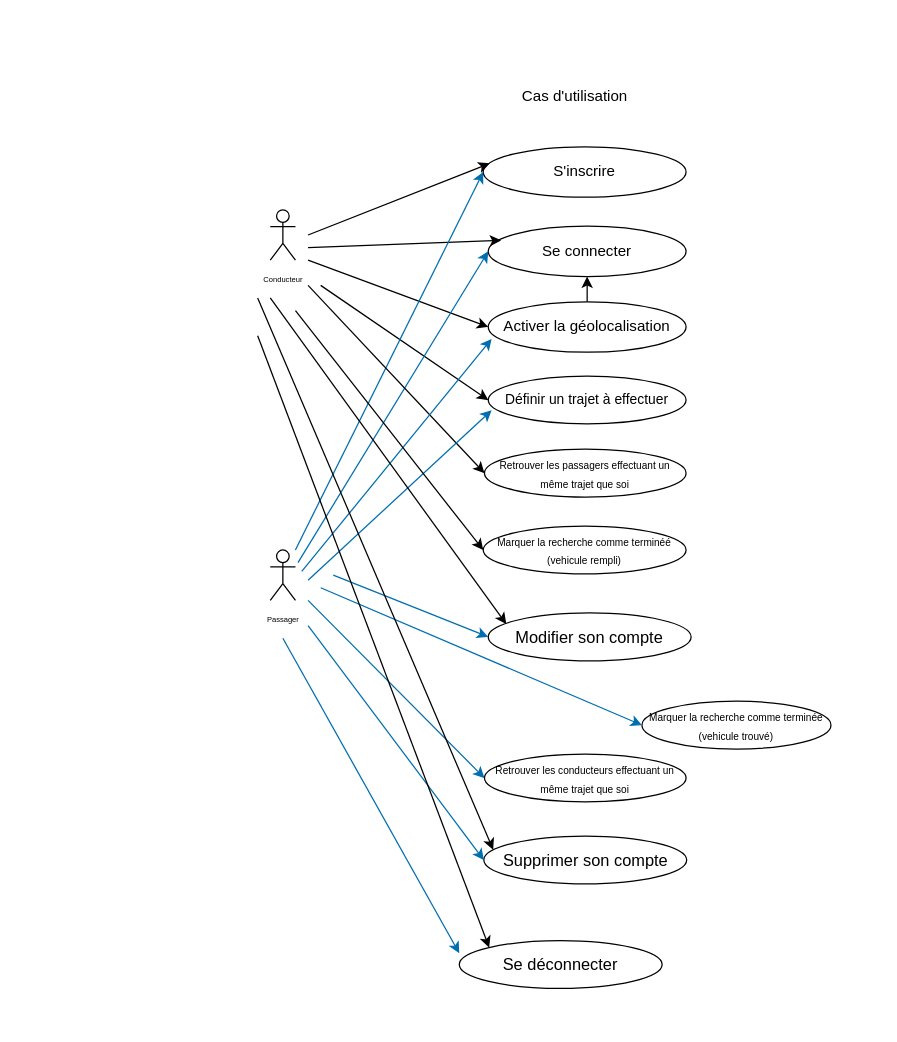
Earlier version of the draw.io diagram TP_UML/tp.drawio.drawio (MCDev30/UML). Source tidied: cells renumbered, new cells numbered last; positions are measured from the earlier drawing's top-left corner, leaving out a move shared by most shapes. Both pictures are drawn from the tidied source at 126%, with x=0, y=0 at pixel (257, 83).
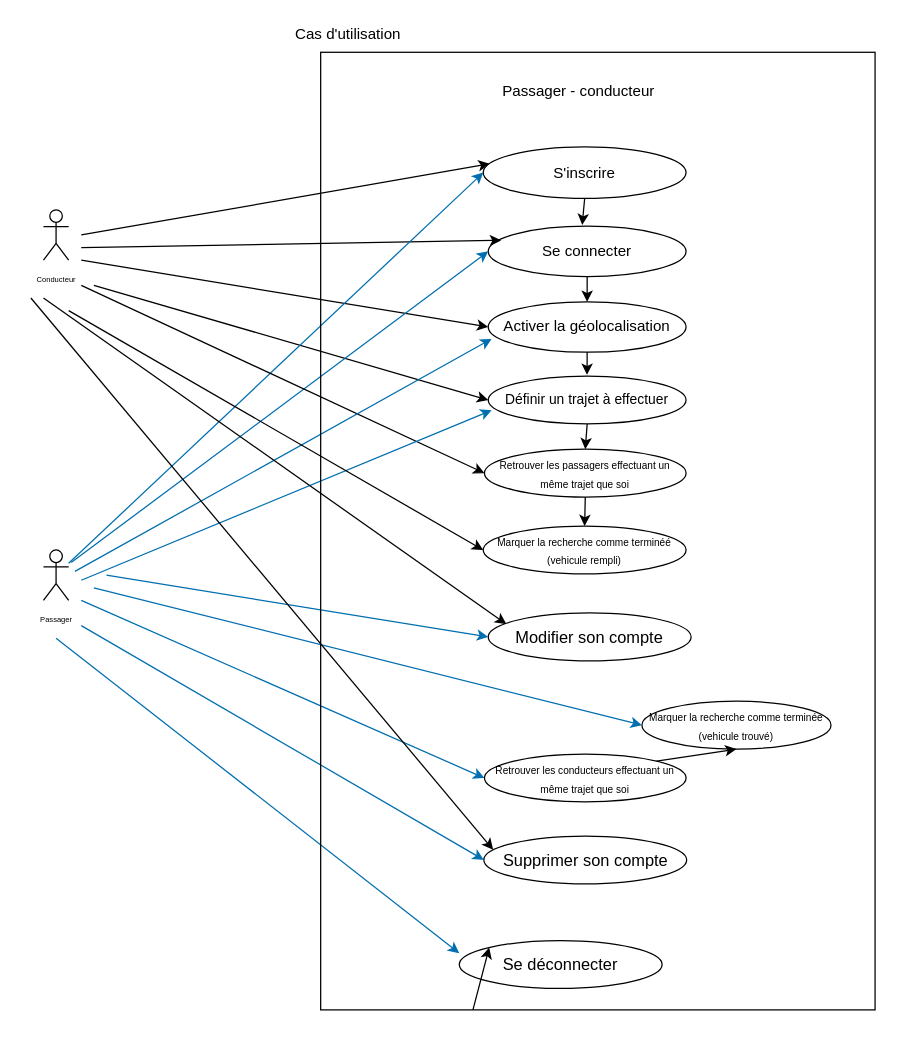
The same diagram, later.

Unchanged cells that the change refers to:
```xml
<mxCell id="5" value="Se connecter" style="ellipse;whiteSpace=wrap;html=1;fillColor=none;" parent="1" vertex="1">
  <mxGeometry x="183" y="113" width="157" height="40" as="geometry" />
</mxCell>
<mxCell id="6" value="&lt;font style=&quot;font-size: 11px;&quot;&gt;Définir un trajet à effectuer&lt;/font&gt;" style="ellipse;whiteSpace=wrap;html=1;fillColor=none;" parent="1" vertex="1">
  <mxGeometry x="183" y="232" width="157" height="38" as="geometry" />
</mxCell>
<mxCell id="8" value="Activer la géolocalisation" style="ellipse;whiteSpace=wrap;html=1;fillColor=none;" parent="1" vertex="1">
  <mxGeometry x="183" y="173" width="157" height="40" as="geometry" />
</mxCell>
<mxCell id="16" value="&lt;font style=&quot;font-size: 8px;&quot;&gt;Retrouver les passagers effectuant un même trajet que soi&lt;/font&gt;" style="ellipse;whiteSpace=wrap;html=1;fillColor=none;" parent="1" vertex="1">
  <mxGeometry x="180" y="290" width="160" height="38" as="geometry" />
</mxCell>
<mxCell id="20" value="&lt;font style=&quot;font-size: 8px;&quot;&gt;Retrouver les conducteurs effectuant un même trajet que soi&lt;/font&gt;" style="ellipse;whiteSpace=wrap;html=1;fillColor=none;" parent="1" vertex="1">
  <mxGeometry x="180" y="532" width="160" height="38" as="geometry" />
</mxCell>
<mxCell id="22" value="&lt;font style=&quot;font-size: 8px;&quot;&gt;Marquer la recherche comme terminéé (vehicule rempli)&lt;/font&gt;" style="ellipse;whiteSpace=wrap;html=1;fillColor=none;" parent="1" vertex="1">
  <mxGeometry x="179" y="351" width="161" height="38" as="geometry" />
</mxCell>
<mxCell id="24" value="&lt;font style=&quot;font-size: 8px;&quot;&gt;Marquer la recherche comme terminée (vehicule trouvé)&lt;/font&gt;" style="ellipse;whiteSpace=wrap;html=1;fillColor=none;" parent="1" vertex="1">
  <mxGeometry x="305" y="490" width="150" height="38" as="geometry" />
</mxCell>
<mxCell id="26" value="&lt;font style=&quot;font-size: 13px;&quot;&gt;Modifier son compte&lt;/font&gt;" style="ellipse;whiteSpace=wrap;html=1;fillColor=none;" parent="1" vertex="1">
  <mxGeometry x="183" y="420" width="161" height="38" as="geometry" />
</mxCell>
<mxCell id="29" value="&lt;font style=&quot;font-size: 13px;&quot;&gt;Supprimer son compte&lt;/font&gt;" style="ellipse;whiteSpace=wrap;html=1;fillColor=none;" parent="1" vertex="1">
  <mxGeometry x="179.5" y="597" width="161" height="38" as="geometry" />
</mxCell>
<mxCell id="32" value="&lt;font style=&quot;font-size: 13px;&quot;&gt;Se déconnecter&lt;br&gt;&lt;/font&gt;" style="ellipse;whiteSpace=wrap;html=1;fillColor=none;" parent="1" vertex="1">
  <mxGeometry x="160" y="680" width="161" height="38" as="geometry" />
</mxCell>
```

What changed in the source:
```diff
@@
     <mxCell id="2" value="Cas d'utilisation" style="rounded=0;whiteSpace=wrap;html=1;fillColor=none;strokeColor=none;align=center;verticalAlign=middle;" parent="1" vertex="1">
-      <mxGeometry x="137" width="230" height="20" as="geometry" />
+      <mxGeometry x="-43" y="-49" width="230" height="20" as="geometry" />
     </mxCell>
     <mxCell id="3" value="&lt;font style=&quot;font-size: 6px;&quot;&gt;Conducteur&lt;/font&gt;" style="shape=umlActor;verticalLabelPosition=bottom;verticalAlign=top;fillColor=none;html=1;" parent="1" vertex="1">
-      <mxGeometry x="10" y="100" width="20" height="40" as="geometry" />
+      <mxGeometry x="-170" y="100" width="20" height="40" as="geometry" />
     </mxCell>
+    <mxCell id="35" style="edgeStyle=none;html=1;exitX=0.5;exitY=1;exitDx=0;exitDy=0;entryX=0.475;entryY=-0.023;entryDx=0;entryDy=0;entryPerimeter=0;" parent="1" edge="1" source="4" target="5">
+      <mxGeometry relative="1" as="geometry" />
+    </mxCell>
     <mxCell id="4" value="S'inscrire" style="ellipse;whiteSpace=wrap;html=1;fillColor=none;" parent="1" vertex="1">
-      <mxGeometry x="179" y="50" width="161" height="40" as="geometry" />
+      <mxGeometry x="179" y="50" width="161" height="41" as="geometry" />
     </mxCell>
+    <mxCell id="36" style="edgeStyle=none;html=1;exitX=0.5;exitY=1;exitDx=0;exitDy=0;entryX=0.5;entryY=0;entryDx=0;entryDy=0;" parent="1" edge="1" source="5" target="8">
+      <mxGeometry relative="1" as="geometry" />
+    </mxCell>
@@
+    <mxCell id="37" style="edgeStyle=none;html=1;exitX=0.5;exitY=1;exitDx=0;exitDy=0;entryX=0.5;entryY=0;entryDx=0;entryDy=0;" parent="1" edge="1" source="6" target="16">
+      <mxGeometry relative="1" as="geometry" />
+    </mxCell>
@@
-    <mxCell id="7" style="edgeStyle=none;html=1;fontSize=11;" parent="1" edge="1" source="8" target="5">
-      <mxGeometry relative="1" as="geometry" />
-    </mxCell>
+    <mxCell id="38" style="edgeStyle=none;html=1;exitX=0.5;exitY=1;exitDx=0;exitDy=0;" parent="1" edge="1" source="8">
+      <mxGeometry relative="1" as="geometry">
+        <mxPoint x="261.4" y="231" as="targetPoint" />
+      </mxGeometry>
+    </mxCell>
@@
     <mxCell id="9" style="endArrow=classic;html=1;fontSize=8;entryX=0.032;entryY=0.329;entryDx=0;entryDy=0;entryPerimeter=0;" parent="1" edge="1" target="4">
       <mxGeometry relative="1" as="geometry">
-        <mxPoint x="40" y="120" as="sourcePoint" />
+        <mxPoint x="-140" y="120" as="sourcePoint" />
       </mxGeometry>
     </mxCell>
     <mxCell id="10" style="endArrow=classic;html=1;fontSize=8;entryX=0.065;entryY=0.281;entryDx=0;entryDy=0;entryPerimeter=0;" parent="1" edge="1" target="5">
       <mxGeometry relative="1" as="geometry">
-        <mxPoint x="40" y="130" as="sourcePoint" />
+        <mxPoint x="-140" y="130" as="sourcePoint" />
       </mxGeometry>
     </mxCell>
     <mxCell id="11" style="endArrow=classic;html=1;fontSize=8;entryX=0;entryY=0.5;entryDx=0;entryDy=0;" parent="1" edge="1" target="8">
       <mxGeometry relative="1" as="geometry">
-        <mxPoint x="40" y="140" as="sourcePoint" />
+        <mxPoint x="-140" y="140" as="sourcePoint" />
       </mxGeometry>
     </mxCell>
     <mxCell id="12" style="endArrow=classic;html=1;fontSize=8;entryX=0;entryY=0.5;entryDx=0;entryDy=0;" parent="1" edge="1" target="6">
       <mxGeometry relative="1" as="geometry">
-        <mxPoint x="50" y="160" as="sourcePoint" />
+        <mxPoint x="-130" y="160" as="sourcePoint" />
       </mxGeometry>
     </mxCell>
     <mxCell id="13" value="&lt;font style=&quot;font-size: 6px;&quot;&gt;Passager&lt;/font&gt;" style="shape=umlActor;verticalLabelPosition=bottom;verticalAlign=top;outlineConnect=0;fillColor=none;html=1;" parent="1" vertex="1">
-      <mxGeometry x="10" y="370" width="20" height="40" as="geometry" />
+      <mxGeometry x="-170" y="370" width="20" height="40" as="geometry" />
     </mxCell>
@@
     <mxCell id="15" style="endArrow=classic;html=1;fontSize=8;fillColor=#1ba1e2;strokeColor=#006EAF;entryX=0;entryY=0.5;entryDx=0;entryDy=0;" parent="1" edge="1" target="5">
       <mxGeometry relative="1" as="geometry">
-        <mxPoint x="32" y="380" as="sourcePoint" />
+        <mxPoint x="-148" y="380" as="sourcePoint" />
       </mxGeometry>
     </mxCell>
+    <mxCell id="39" style="edgeStyle=none;html=1;exitX=0.5;exitY=1;exitDx=0;exitDy=0;entryX=0.5;entryY=0;entryDx=0;entryDy=0;" parent="1" edge="1" source="16" target="22">
+      <mxGeometry relative="1" as="geometry" />
+    </mxCell>
@@
     <mxCell id="17" style="endArrow=classic;html=1;fontSize=8;entryX=0;entryY=0.5;entryDx=0;entryDy=0;" parent="1" edge="1" target="16">
       <mxGeometry relative="1" as="geometry">
-        <mxPoint x="40" y="160" as="sourcePoint" />
+        <mxPoint x="-140" y="160" as="sourcePoint" />
       </mxGeometry>
     </mxCell>
     <mxCell id="18" style="endArrow=classic;html=1;fontSize=8;fillColor=#1ba1e2;strokeColor=#006EAF;entryX=0.017;entryY=0.737;entryDx=0;entryDy=0;entryPerimeter=0;" parent="1" edge="1" target="8">
       <mxGeometry relative="1" as="geometry">
-        <mxPoint x="35" y="387" as="sourcePoint" />
+        <mxPoint x="-145" y="387" as="sourcePoint" />
       </mxGeometry>
     </mxCell>
     <mxCell id="19" style="endArrow=classic;html=1;fontSize=8;fillColor=#1ba1e2;strokeColor=#006EAF;entryX=0.017;entryY=0.713;entryDx=0;entryDy=0;entryPerimeter=0;" parent="1" edge="1" target="6">
       <mxGeometry relative="1" as="geometry">
-        <mxPoint x="40" y="394" as="sourcePoint" />
+        <mxPoint x="-140" y="394" as="sourcePoint" />
       </mxGeometry>
     </mxCell>
+    <mxCell id="40" style="edgeStyle=none;html=1;exitX=1;exitY=0;exitDx=0;exitDy=0;entryX=0.5;entryY=1;entryDx=0;entryDy=0;" parent="1" edge="1" source="20" target="24">
+      <mxGeometry relative="1" as="geometry" />
+    </mxCell>
@@
     <mxCell id="21" style="endArrow=classic;html=1;fontSize=8;fillColor=#1ba1e2;strokeColor=#006EAF;entryX=0;entryY=0.5;entryDx=0;entryDy=0;" parent="1" edge="1" target="20">
       <mxGeometry relative="1" as="geometry">
-        <mxPoint x="40" y="410" as="sourcePoint" />
+        <mxPoint x="-140" y="410" as="sourcePoint" />
       </mxGeometry>
     </mxCell>
@@
     <mxCell id="23" style="endArrow=classic;html=1;fontSize=8;entryX=0;entryY=0.5;entryDx=0;entryDy=0;" parent="1" edge="1" target="22">
       <mxGeometry relative="1" as="geometry">
-        <mxPoint x="30" y="180" as="sourcePoint" />
+        <mxPoint x="-150" y="180" as="sourcePoint" />
       </mxGeometry>
     </mxCell>
+    <mxCell id="41" style="edgeStyle=none;html=1;exitX=0.5;exitY=1;exitDx=0;exitDy=0;" parent="1" edge="1" source="24">
+      <mxGeometry relative="1" as="geometry">
+        <mxPoint x="379.6" y="528.5" as="targetPoint" />
+      </mxGeometry>
+    </mxCell>
@@
     <mxCell id="25" style="endArrow=classic;html=1;fontSize=8;fillColor=#1ba1e2;strokeColor=#006EAF;entryX=0;entryY=0.5;entryDx=0;entryDy=0;" parent="1" edge="1" target="24">
       <mxGeometry relative="1" as="geometry">
-        <mxPoint x="50" y="400" as="sourcePoint" />
+        <mxPoint x="-130" y="400" as="sourcePoint" />
       </mxGeometry>
     </mxCell>
@@
     <mxCell id="27" style="endArrow=classic;html=1;fontSize=8;entryX=0.089;entryY=0.232;entryDx=0;entryDy=0;entryPerimeter=0;" parent="1" edge="1" target="26">
       <mxGeometry relative="1" as="geometry">
-        <mxPoint x="10" y="170" as="sourcePoint" />
+        <mxPoint x="-170" y="170" as="sourcePoint" />
       </mxGeometry>
     </mxCell>
     <mxCell id="28" style="endArrow=classic;html=1;fontSize=8;fillColor=#1ba1e2;strokeColor=#006EAF;entryX=0;entryY=0.5;entryDx=0;entryDy=0;" parent="1" edge="1" target="26">
       <mxGeometry relative="1" as="geometry">
-        <mxPoint x="60" y="390" as="sourcePoint" />
+        <mxPoint x="-120" y="390" as="sourcePoint" />
       </mxGeometry>
     </mxCell>
@@
     <mxCell id="30" style="endArrow=classic;html=1;fontSize=8;fillColor=#1ba1e2;strokeColor=#006EAF;entryX=0;entryY=0.5;entryDx=0;entryDy=0;" parent="1" edge="1" target="29">
       <mxGeometry relative="1" as="geometry">
-        <mxPoint x="40" y="430" as="sourcePoint" />
+        <mxPoint x="-140" y="430" as="sourcePoint" />
       </mxGeometry>
     </mxCell>
     <mxCell id="31" style="endArrow=classic;html=1;fontSize=8;entryX=0.046;entryY=0.286;entryDx=0;entryDy=0;entryPerimeter=0;" parent="1" edge="1" target="29">
       <mxGeometry relative="1" as="geometry">
-        <mxPoint y="170" as="sourcePoint" />
+        <mxPoint x="-180" y="170" as="sourcePoint" />
       </mxGeometry>
     </mxCell>
@@
     <mxCell id="33" style="endArrow=classic;html=1;fontSize=8;fillColor=#1ba1e2;strokeColor=#006EAF;entryX=0;entryY=0.263;entryDx=0;entryDy=0;entryPerimeter=0;" parent="1" edge="1" target="32">
       <mxGeometry relative="1" as="geometry">
-        <mxPoint x="20" y="440" as="sourcePoint" />
+        <mxPoint x="-160" y="440" as="sourcePoint" />
       </mxGeometry>
     </mxCell>
-    <mxCell id="34" style="endArrow=classic;html=1;fontSize=8;entryX=0;entryY=0;entryDx=0;entryDy=0;" parent="1" edge="1" target="32">
-      <mxGeometry relative="1" as="geometry">
-        <mxPoint y="200" as="sourcePoint" />
-      </mxGeometry>
+    <mxCell id="34" style="endArrow=classic;html=1;fontSize=8;entryX=0;entryY=0;entryDx=0;entryDy=0;startArrow=none;" parent="1" edge="1" source="43" target="32">
+      <mxGeometry relative="1" as="geometry" />
     </mxCell>
+    <mxCell id="42" value="Passager - conducteur" style="text;html=1;strokeColor=none;fillColor=none;align=center;verticalAlign=middle;whiteSpace=wrap;rounded=0;" parent="1" vertex="1">
+      <mxGeometry x="170" y="-9" width="170" height="30" as="geometry" />
+    </mxCell>
+    <mxCell id="43" style="rounded=0;whiteSpace=wrap;html=1;fillColor=none;" parent="1" vertex="1">
+      <mxGeometry x="50" y="-25" width="440" height="760" as="geometry" />
+    </mxCell>
```
